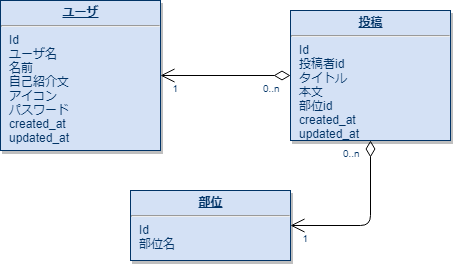
The draw.io diagram er_database/muscle-camp-database-mini.png in ann-protein/muscle-camp-rails, before a commit. Source tidied: cells renumbered, new cells last; positions are measured from the earlier drawing's top-left corner, leaving out a move shared by most shapes. The source it was exported from:
```xml
<mxGraphModel background="#ffffff">
  <root>
    <mxCell id="0" />
    <mxCell id="1" parent="0" />
    <mxCell id="2" value="&lt;p style=&quot;margin: 0px ; margin-top: 4px ; text-align: center ; text-decoration: underline&quot;&gt;&lt;b&gt;ユーザ&lt;/b&gt;&lt;/p&gt;&lt;hr&gt;&lt;p style=&quot;margin: 0px ; margin-left: 8px&quot;&gt;Id&lt;/p&gt;&lt;p style=&quot;margin: 0px ; margin-left: 8px&quot;&gt;ユーザ名&lt;/p&gt;&lt;p style=&quot;margin: 0px ; margin-left: 8px&quot;&gt;名前&lt;/p&gt;&lt;p style=&quot;margin: 0px ; margin-left: 8px&quot;&gt;自己紹介文&lt;/p&gt;&lt;p style=&quot;margin: 0px ; margin-left: 8px&quot;&gt;アイコン&lt;/p&gt;&lt;p style=&quot;margin: 0px ; margin-left: 8px&quot;&gt;パスワード&lt;/p&gt;&lt;p style=&quot;margin: 0px ; margin-left: 8px&quot;&gt;created_at&lt;/p&gt;&lt;p style=&quot;margin: 0px ; margin-left: 8px&quot;&gt;updated_at&lt;/p&gt;&lt;p style=&quot;margin: 0px ; margin-left: 8px&quot;&gt;&lt;br&gt;&lt;/p&gt;" style="verticalAlign=top;align=left;overflow=fill;fontSize=12;fontFamily=Helvetica;html=1;strokeColor=#003366;shadow=1;fillColor=#D4E1F5;fontColor=#003366;" parent="1" vertex="1">
      <mxGeometry width="160" height="150" as="geometry" />
    </mxCell>
    <mxCell id="3" value="&lt;p style=&quot;margin: 0px ; margin-top: 4px ; text-align: center ; text-decoration: underline&quot;&gt;&lt;b&gt;投稿&lt;/b&gt;&lt;/p&gt;&lt;hr&gt;&lt;p style=&quot;margin: 0px ; margin-left: 8px&quot;&gt;Id&lt;br&gt;&lt;/p&gt;&lt;p style=&quot;margin: 0px ; margin-left: 8px&quot;&gt;投稿者id&lt;/p&gt;&lt;p style=&quot;margin: 0px ; margin-left: 8px&quot;&gt;タイトル&lt;/p&gt;&lt;p style=&quot;margin: 0px ; margin-left: 8px&quot;&gt;本文&lt;/p&gt;&lt;p style=&quot;margin: 0px ; margin-left: 8px&quot;&gt;部位id&lt;/p&gt;&lt;p style=&quot;margin: 0px 0px 0px 8px&quot;&gt;created_at&lt;/p&gt;&lt;p style=&quot;margin: 0px 0px 0px 8px&quot;&gt;updated_at&lt;/p&gt;&lt;p style=&quot;margin: 0px ; margin-left: 8px&quot;&gt;&lt;br&gt;&lt;/p&gt;" style="verticalAlign=top;align=left;overflow=fill;fontSize=12;fontFamily=Helvetica;html=1;strokeColor=#003366;shadow=1;fillColor=#D4E1F5;fontColor=#003366;" parent="1" vertex="1">
      <mxGeometry x="290" y="10" width="160" height="130" as="geometry" />
    </mxCell>
    <mxCell id="4" style="endArrow=open;endSize=12;startArrow=diamondThin;startSize=14;startFill=0;edgeStyle=orthogonalEdgeStyle;" parent="1" edge="1" source="3" target="2">
      <mxGeometry x="1529.4" y="-220" as="geometry" />
    </mxCell>
    <mxCell id="5" value="0..n" style="align=left;verticalAlign=top;labelBackgroundColor=#ffffff;fontSize=10;strokeColor=#003366;shadow=1;fillColor=#D4E1F5;fontColor=#003366;" parent="4" vertex="1">
      <mxGeometry x="-1" relative="1" as="geometry">
        <mxPoint x="-30" as="offset" />
      </mxGeometry>
    </mxCell>
    <mxCell id="6" value="1" style="align=right;verticalAlign=top;labelBackgroundColor=#ffffff;fontSize=10;strokeColor=#003366;shadow=1;fillColor=#D4E1F5;fontColor=#003366;" parent="4" vertex="1">
      <mxGeometry x="1" relative="1" as="geometry">
        <mxPoint x="20" as="offset" />
      </mxGeometry>
    </mxCell>
    <mxCell id="7" style="edgeStyle=orthogonalEdgeStyle;rounded=0;orthogonalLoop=1;jettySize=auto;html=1;exitX=0.5;exitY=1;exitDx=0;exitDy=0;" parent="1" edge="1" source="3" target="3">
      <mxGeometry relative="1" as="geometry" />
    </mxCell>
    <mxCell id="8" value="&lt;p style=&quot;margin: 0px ; margin-top: 4px ; text-align: center ; text-decoration: underline&quot;&gt;&lt;b&gt;部位&lt;/b&gt;&lt;/p&gt;&lt;hr&gt;&lt;p style=&quot;margin: 0px ; margin-left: 8px&quot;&gt;Id&lt;br&gt;&lt;/p&gt;&lt;p style=&quot;margin: 0px ; margin-left: 8px&quot;&gt;部位名&lt;/p&gt;&lt;p style=&quot;margin: 0px ; margin-left: 8px&quot;&gt;&lt;br&gt;&lt;/p&gt;" style="verticalAlign=top;align=left;overflow=fill;fontSize=12;fontFamily=Helvetica;html=1;strokeColor=#003366;shadow=1;fillColor=#D4E1F5;fontColor=#003366;" parent="1" vertex="1">
      <mxGeometry x="130" y="190" width="160" height="70" as="geometry" />
    </mxCell>
    <mxCell id="9" style="endArrow=open;endSize=12;startArrow=diamondThin;startSize=14;startFill=0;edgeStyle=orthogonalEdgeStyle;entryX=1;entryY=0.5;entryDx=0;entryDy=0;exitX=0.5;exitY=1;exitDx=0;exitDy=0;" parent="1" edge="1" source="3" target="8">
      <mxGeometry x="1699.4" y="-85" as="geometry">
        <Array as="points">
          <mxPoint x="370" y="225" />
        </Array>
      </mxGeometry>
    </mxCell>
    <mxCell id="10" value="0..n" style="align=left;verticalAlign=top;labelBackgroundColor=#ffffff;fontSize=10;strokeColor=#003366;shadow=1;fillColor=#D4E1F5;fontColor=#003366;" parent="9" vertex="1">
      <mxGeometry x="-1" relative="1" as="geometry">
        <mxPoint x="-30" as="offset" />
      </mxGeometry>
    </mxCell>
    <mxCell id="11" value="1" style="align=right;verticalAlign=top;labelBackgroundColor=#ffffff;fontSize=10;strokeColor=#003366;shadow=1;fillColor=#D4E1F5;fontColor=#003366;" parent="9" vertex="1">
      <mxGeometry x="1" relative="1" as="geometry">
        <mxPoint x="20" as="offset" />
      </mxGeometry>
    </mxCell>
  </root>
</mxGraphModel>
```
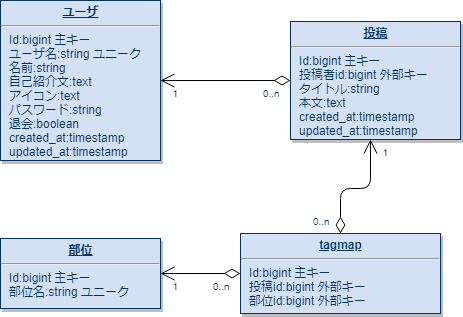
Above is the later version.

The edit, as a diff of the source:
```diff
@@ -2,11 +2,11 @@
   <root>
     <mxCell id="0" />
     <mxCell id="1" parent="0" />
-    <mxCell id="2" value="&lt;p style=&quot;margin: 0px ; margin-top: 4px ; text-align: center ; text-decoration: underline&quot;&gt;&lt;b&gt;ユーザ&lt;/b&gt;&lt;/p&gt;&lt;hr&gt;&lt;p style=&quot;margin: 0px ; margin-left: 8px&quot;&gt;Id&lt;/p&gt;&lt;p style=&quot;margin: 0px ; margin-left: 8px&quot;&gt;ユーザ名&lt;/p&gt;&lt;p style=&quot;margin: 0px ; margin-left: 8px&quot;&gt;名前&lt;/p&gt;&lt;p style=&quot;margin: 0px ; margin-left: 8px&quot;&gt;自己紹介文&lt;/p&gt;&lt;p style=&quot;margin: 0px ; margin-left: 8px&quot;&gt;アイコン&lt;/p&gt;&lt;p style=&quot;margin: 0px ; margin-left: 8px&quot;&gt;パスワード&lt;/p&gt;&lt;p style=&quot;margin: 0px ; margin-left: 8px&quot;&gt;created_at&lt;/p&gt;&lt;p style=&quot;margin: 0px ; margin-left: 8px&quot;&gt;updated_at&lt;/p&gt;&lt;p style=&quot;margin: 0px ; margin-left: 8px&quot;&gt;&lt;br&gt;&lt;/p&gt;" style="verticalAlign=top;align=left;overflow=fill;fontSize=12;fontFamily=Helvetica;html=1;strokeColor=#003366;shadow=1;fillColor=#D4E1F5;fontColor=#003366;" parent="1" vertex="1">
-      <mxGeometry width="160" height="150" as="geometry" />
+    <mxCell id="2" value="&lt;p style=&quot;margin: 0px ; margin-top: 4px ; text-align: center ; text-decoration: underline&quot;&gt;&lt;b&gt;ユーザ&lt;/b&gt;&lt;/p&gt;&lt;hr&gt;&lt;p style=&quot;margin: 0px ; margin-left: 8px&quot;&gt;Id:bigint 主キー&lt;/p&gt;&lt;p style=&quot;margin: 0px ; margin-left: 8px&quot;&gt;ユーザ名:string ユニーク&lt;/p&gt;&lt;p style=&quot;margin: 0px ; margin-left: 8px&quot;&gt;名前:string&lt;/p&gt;&lt;p style=&quot;margin: 0px ; margin-left: 8px&quot;&gt;自己紹介文:text&lt;/p&gt;&lt;p style=&quot;margin: 0px ; margin-left: 8px&quot;&gt;アイコン:text&lt;/p&gt;&lt;p style=&quot;margin: 0px ; margin-left: 8px&quot;&gt;パスワード:string&lt;/p&gt;&lt;p style=&quot;margin: 0px ; margin-left: 8px&quot;&gt;退会:boolean&lt;/p&gt;&lt;p style=&quot;margin: 0px ; margin-left: 8px&quot;&gt;created_at:timestamp&lt;/p&gt;&lt;p style=&quot;margin: 0px ; margin-left: 8px&quot;&gt;updated_at:timestamp&lt;/p&gt;&lt;p style=&quot;margin: 0px ; margin-left: 8px&quot;&gt;&lt;br&gt;&lt;/p&gt;" style="verticalAlign=top;align=left;overflow=fill;fontSize=12;fontFamily=Helvetica;html=1;strokeColor=#003366;shadow=1;fillColor=#D4E1F5;fontColor=#003366;" parent="1" vertex="1">
+      <mxGeometry y="2" width="160" height="160" as="geometry" />
     </mxCell>
-    <mxCell id="3" value="&lt;p style=&quot;margin: 0px ; margin-top: 4px ; text-align: center ; text-decoration: underline&quot;&gt;&lt;b&gt;投稿&lt;/b&gt;&lt;/p&gt;&lt;hr&gt;&lt;p style=&quot;margin: 0px ; margin-left: 8px&quot;&gt;Id&lt;br&gt;&lt;/p&gt;&lt;p style=&quot;margin: 0px ; margin-left: 8px&quot;&gt;投稿者id&lt;/p&gt;&lt;p style=&quot;margin: 0px ; margin-left: 8px&quot;&gt;タイトル&lt;/p&gt;&lt;p style=&quot;margin: 0px ; margin-left: 8px&quot;&gt;本文&lt;/p&gt;&lt;p style=&quot;margin: 0px ; margin-left: 8px&quot;&gt;部位id&lt;/p&gt;&lt;p style=&quot;margin: 0px 0px 0px 8px&quot;&gt;created_at&lt;/p&gt;&lt;p style=&quot;margin: 0px 0px 0px 8px&quot;&gt;updated_at&lt;/p&gt;&lt;p style=&quot;margin: 0px ; margin-left: 8px&quot;&gt;&lt;br&gt;&lt;/p&gt;" style="verticalAlign=top;align=left;overflow=fill;fontSize=12;fontFamily=Helvetica;html=1;strokeColor=#003366;shadow=1;fillColor=#D4E1F5;fontColor=#003366;" parent="1" vertex="1">
-      <mxGeometry x="290" y="10" width="160" height="130" as="geometry" />
+    <mxCell id="3" value="&lt;p style=&quot;margin: 0px ; margin-top: 4px ; text-align: center ; text-decoration: underline&quot;&gt;&lt;b&gt;投稿&lt;/b&gt;&lt;/p&gt;&lt;hr&gt;&lt;p style=&quot;margin: 0px ; margin-left: 8px&quot;&gt;Id:bigint 主キー&lt;br&gt;&lt;/p&gt;&lt;p style=&quot;margin: 0px ; margin-left: 8px&quot;&gt;投稿者id:bigint 外部キー&lt;/p&gt;&lt;p style=&quot;margin: 0px ; margin-left: 8px&quot;&gt;タイトル:string&lt;/p&gt;&lt;p style=&quot;margin: 0px ; margin-left: 8px&quot;&gt;本文:text&lt;/p&gt;&lt;p style=&quot;margin: 0px 0px 0px 8px&quot;&gt;created_at:timestamp&lt;/p&gt;&lt;p style=&quot;margin: 0px 0px 0px 8px&quot;&gt;updated_at:timestamp&lt;/p&gt;&lt;p style=&quot;margin: 0px ; margin-left: 8px&quot;&gt;&lt;br&gt;&lt;/p&gt;" style="verticalAlign=top;align=left;overflow=fill;fontSize=12;fontFamily=Helvetica;html=1;strokeColor=#003366;shadow=1;fillColor=#D4E1F5;fontColor=#003366;" parent="1" vertex="1">
+      <mxGeometry x="290" y="23" width="170" height="118" as="geometry" />
     </mxCell>
     <mxCell id="4" style="endArrow=open;endSize=12;startArrow=diamondThin;startSize=14;startFill=0;edgeStyle=orthogonalEdgeStyle;" parent="1" edge="1" source="3" target="2">
       <mxGeometry x="1529.4" y="-220" as="geometry" />
@@ -24,19 +24,20 @@
     <mxCell id="7" style="edgeStyle=orthogonalEdgeStyle;rounded=0;orthogonalLoop=1;jettySize=auto;html=1;exitX=0.5;exitY=1;exitDx=0;exitDy=0;" parent="1" edge="1" source="3" target="3">
       <mxGeometry relative="1" as="geometry" />
     </mxCell>
-    <mxCell id="8" value="&lt;p style=&quot;margin: 0px ; margin-top: 4px ; text-align: center ; text-decoration: underline&quot;&gt;&lt;b&gt;部位&lt;/b&gt;&lt;/p&gt;&lt;hr&gt;&lt;p style=&quot;margin: 0px ; margin-left: 8px&quot;&gt;Id&lt;br&gt;&lt;/p&gt;&lt;p style=&quot;margin: 0px ; margin-left: 8px&quot;&gt;部位名&lt;/p&gt;&lt;p style=&quot;margin: 0px ; margin-left: 8px&quot;&gt;&lt;br&gt;&lt;/p&gt;" style="verticalAlign=top;align=left;overflow=fill;fontSize=12;fontFamily=Helvetica;html=1;strokeColor=#003366;shadow=1;fillColor=#D4E1F5;fontColor=#003366;" parent="1" vertex="1">
-      <mxGeometry x="130" y="190" width="160" height="70" as="geometry" />
+    <mxCell id="8" value="&lt;p style=&quot;margin: 0px ; margin-top: 4px ; text-align: center ; text-decoration: underline&quot;&gt;&lt;b&gt;部位&lt;/b&gt;&lt;/p&gt;&lt;hr&gt;&lt;p style=&quot;margin: 0px ; margin-left: 8px&quot;&gt;Id:bigint 主キー&lt;br&gt;&lt;/p&gt;&lt;p style=&quot;margin: 0px ; margin-left: 8px&quot;&gt;部位名:string ユニーク&lt;/p&gt;&lt;p style=&quot;margin: 0px ; margin-left: 8px&quot;&gt;&lt;br&gt;&lt;/p&gt;" style="verticalAlign=top;align=left;overflow=fill;fontSize=12;fontFamily=Helvetica;html=1;strokeColor=#003366;shadow=1;fillColor=#D4E1F5;fontColor=#003366;" parent="1" vertex="1">
+      <mxGeometry y="240" width="160" height="70" as="geometry" />
     </mxCell>
-    <mxCell id="9" style="endArrow=open;endSize=12;startArrow=diamondThin;startSize=14;startFill=0;edgeStyle=orthogonalEdgeStyle;entryX=1;entryY=0.5;entryDx=0;entryDy=0;exitX=0.5;exitY=1;exitDx=0;exitDy=0;" parent="1" edge="1" source="3" target="8">
-      <mxGeometry x="1699.4" y="-85" as="geometry">
+    <mxCell id="9" style="endArrow=open;endSize=12;startArrow=diamondThin;startSize=14;startFill=0;edgeStyle=orthogonalEdgeStyle;entryX=0.471;entryY=1;entryDx=0;entryDy=0;entryPerimeter=0;exitX=0.5;exitY=0;exitDx=0;exitDy=0;" parent="1" edge="1" source="12" target="3">
+      <mxGeometry x="1695.4" y="-85" as="geometry">
         <Array as="points">
-          <mxPoint x="370" y="225" />
+          <mxPoint x="340" y="190" />
+          <mxPoint x="370" y="190" />
         </Array>
       </mxGeometry>
     </mxCell>
     <mxCell id="10" value="0..n" style="align=left;verticalAlign=top;labelBackgroundColor=#ffffff;fontSize=10;strokeColor=#003366;shadow=1;fillColor=#D4E1F5;fontColor=#003366;" parent="9" vertex="1">
       <mxGeometry x="-1" relative="1" as="geometry">
-        <mxPoint x="-30" as="offset" />
+        <mxPoint x="-30" y="-25" as="offset" />
       </mxGeometry>
     </mxCell>
     <mxCell id="11" value="1" style="align=right;verticalAlign=top;labelBackgroundColor=#ffffff;fontSize=10;strokeColor=#003366;shadow=1;fillColor=#D4E1F5;fontColor=#003366;" parent="9" vertex="1">
@@ -44,5 +45,21 @@
         <mxPoint x="20" as="offset" />
       </mxGeometry>
     </mxCell>
+    <mxCell id="12" value="&lt;p style=&quot;margin: 0px ; margin-top: 4px ; text-align: center ; text-decoration: underline&quot;&gt;&lt;b&gt;tagmap&lt;/b&gt;&lt;/p&gt;&lt;hr&gt;&lt;p style=&quot;margin: 0px ; margin-left: 8px&quot;&gt;Id:bigint 主キー&lt;br&gt;&lt;/p&gt;&lt;p style=&quot;margin: 0px ; margin-left: 8px&quot;&gt;投稿id:bigint 外部キー&lt;/p&gt;&lt;p style=&quot;margin: 0px ; margin-left: 8px&quot;&gt;部位id:bigint 外部キー&lt;/p&gt;&lt;p style=&quot;margin: 0px ; margin-left: 8px&quot;&gt;&lt;br&gt;&lt;/p&gt;" style="verticalAlign=top;align=left;overflow=fill;fontSize=12;fontFamily=Helvetica;html=1;strokeColor=#003366;shadow=1;fillColor=#D4E1F5;fontColor=#003366;" parent="1" vertex="1">
+      <mxGeometry x="240" y="235" width="200" height="80" as="geometry" />
+    </mxCell>
+    <mxCell id="13" style="endArrow=open;endSize=12;startArrow=diamondThin;startSize=14;startFill=0;edgeStyle=orthogonalEdgeStyle;entryX=1;entryY=0.5;entryDx=0;entryDy=0;exitX=0;exitY=0.5;exitDx=0;exitDy=0;" parent="1" edge="1" source="12" target="8">
+      <mxGeometry x="1554.4" y="70" as="geometry" />
+    </mxCell>
+    <mxCell id="14" value="0..n" style="align=left;verticalAlign=top;labelBackgroundColor=#ffffff;fontSize=10;strokeColor=#003366;shadow=1;fillColor=#D4E1F5;fontColor=#003366;" parent="13" vertex="1">
+      <mxGeometry x="-1" relative="1" as="geometry">
+        <mxPoint x="-30" as="offset" />
+      </mxGeometry>
+    </mxCell>
+    <mxCell id="15" value="1" style="align=right;verticalAlign=top;labelBackgroundColor=#ffffff;fontSize=10;strokeColor=#003366;shadow=1;fillColor=#D4E1F5;fontColor=#003366;" parent="13" vertex="1">
+      <mxGeometry x="1" relative="1" as="geometry">
+        <mxPoint x="20" as="offset" />
+      </mxGeometry>
+    </mxCell>
   </root>
 </mxGraphModel>
```
